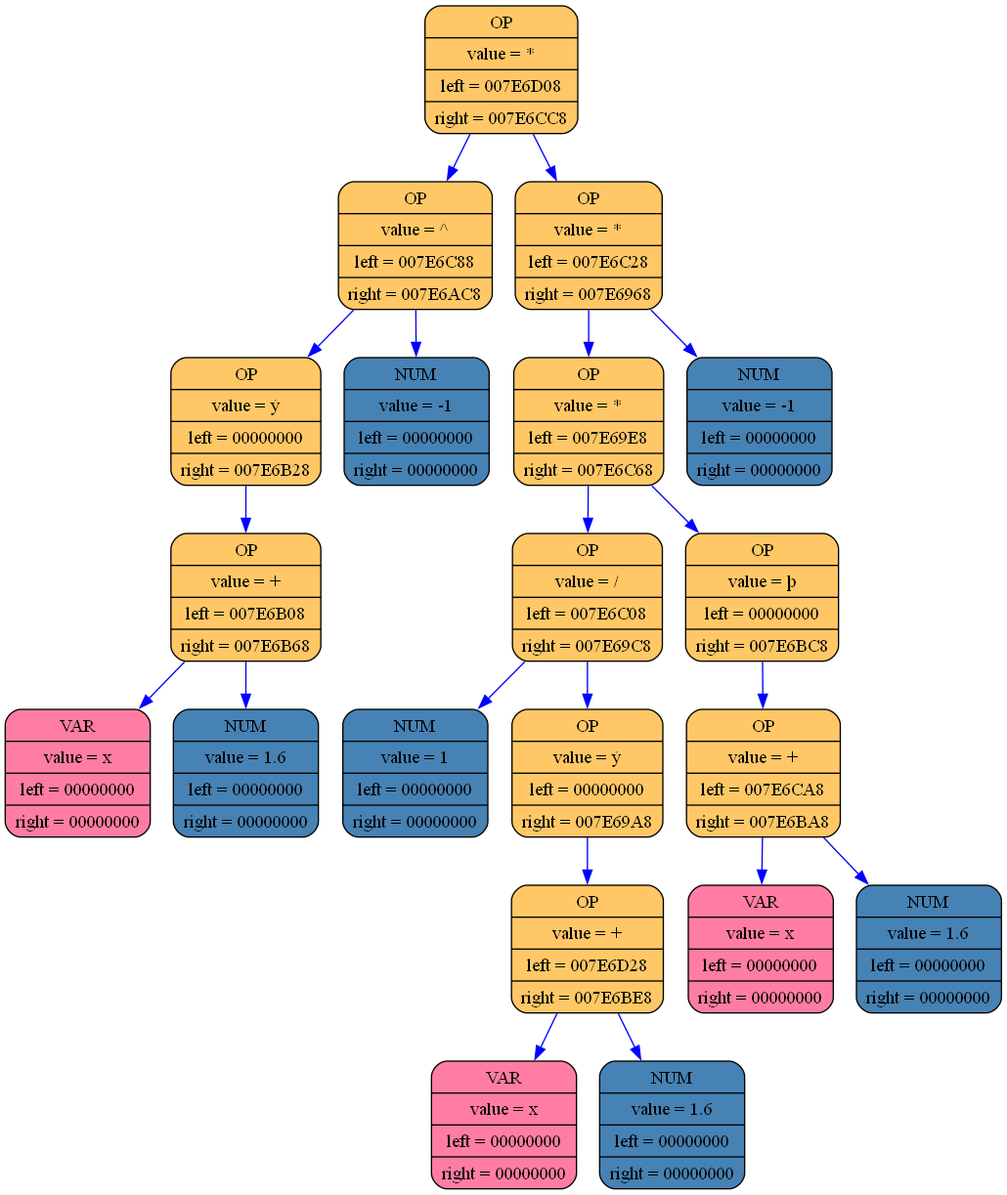
This is log_folder_differenciator/differenciator_graph.png from aywert/DIFFERENCIATOR, a Graphviz export, as it was before one commit. Its source is kept beside it as log_folder_differenciator/differenciator_graph.dot.
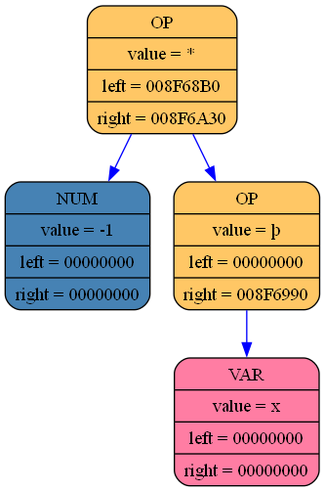
After the commit.

Diff of the diagram source:
```diff
@@ -1,43 +1,11 @@
 digraph list
 {
 rankdir=HR;
-	8287872 [shape = Mrecord; style = filled; fillcolor="#ffc765"; color = "#000000"; fontcolor = "#000000"; label = "{ OP | value = * | left = 007E6D08| right = 007E6CC8}"];
-	8287872 -> 8285456 [color="blue"]
-	8285456 [shape = Mrecord; style = filled; fillcolor="#ffc765"; color = "#000000"; fontcolor = "#000000"; label = "{ OP | value = ^ | left = 007E6C88| right = 007E6AC8}"];
-	8285456 -> 8285328 [color="blue"]
-	8285328 [shape = Mrecord; style = filled; fillcolor="#ffc765"; color = "#000000"; fontcolor = "#000000"; label = "{ OP | value = ý | left = 00000000| right = 007E6B28}"];
-	8285328 -> 8284976 [color="blue"]
-	8284976 [shape = Mrecord; style = filled; fillcolor="#ffc765"; color = "#000000"; fontcolor = "#000000"; label = "{ OP | value = + | left = 007E6B08| right = 007E6B68}"];
-	8284976 -> 8284944 [color="blue"]
-	8284944 [shape = Mrecord; style = filled; fillcolor="#ff7da3"; color = "#000000"; fontcolor = "#000000"; label = "{ VAR | value = x | left = 00000000| right = 00000000}"];
-	8284976 -> 8285040 [color="blue"]
-	8285040 [shape = Mrecord; style = filled; fillcolor="#4682b4"; color = "#000000"; fontcolor = "#000000"; label = "{ NUM | value = 1.6 | left = 00000000| right = 00000000}"];
-	8285456 -> 8284880 [color="blue"]
-	8284880 [shape = Mrecord; style = filled; fillcolor="#4682b4"; color = "#000000"; fontcolor = "#000000"; label = "{ NUM | value = -1 | left = 00000000| right = 00000000}"];
-	8287872 -> 8285392 [color="blue"]
-	8285392 [shape = Mrecord; style = filled; fillcolor="#ffc765"; color = "#000000"; fontcolor = "#000000"; label = "{ OP | value = * | left = 007E6C28| right = 007E6968}"];
-	8285392 -> 8285232 [color="blue"]
-	8285232 [shape = Mrecord; style = filled; fillcolor="#ffc765"; color = "#000000"; fontcolor = "#000000"; label = "{ OP | value = * | left = 007E69E8| right = 007E6C68}"];
-	8285232 -> 8284656 [color="blue"]
-	8284656 [shape = Mrecord; style = filled; fillcolor="#ffc765"; color = "#000000"; fontcolor = "#000000"; label = "{ OP | value = / | left = 007E6C08| right = 007E69C8}"];
-	8284656 -> 8285200 [color="blue"]
-	8285200 [shape = Mrecord; style = filled; fillcolor="#4682b4"; color = "#000000"; fontcolor = "#000000"; label = "{ NUM | value = 1 | left = 00000000| right = 00000000}"];
-	8284656 -> 8284624 [color="blue"]
-	8284624 [shape = Mrecord; style = filled; fillcolor="#ffc765"; color = "#000000"; fontcolor = "#000000"; label = "{ OP | value = ý | left = 00000000| right = 007E69A8}"];
-	8284624 -> 8284592 [color="blue"]
-	8284592 [shape = Mrecord; style = filled; fillcolor="#ffc765"; color = "#000000"; fontcolor = "#000000"; label = "{ OP | value = + | left = 007E6D28| right = 007E6BE8}"];
-	8284592 -> 8285488 [color="blue"]
-	8285488 [shape = Mrecord; style = filled; fillcolor="#ff7da3"; color = "#000000"; fontcolor = "#000000"; label = "{ VAR | value = x | left = 00000000| right = 00000000}"];
-	8284592 -> 8285168 [color="blue"]
-	8285168 [shape = Mrecord; style = filled; fillcolor="#4682b4"; color = "#000000"; fontcolor = "#000000"; label = "{ NUM | value = 1.6 | left = 00000000| right = 00000000}"];
-	8285232 -> 8285296 [color="blue"]
-	8285296 [shape = Mrecord; style = filled; fillcolor="#ffc765"; color = "#000000"; fontcolor = "#000000"; label = "{ OP | value = þ | left = 00000000| right = 007E6BC8}"];
-	8285296 -> 8285136 [color="blue"]
-	8285136 [shape = Mrecord; style = filled; fillcolor="#ffc765"; color = "#000000"; fontcolor = "#000000"; label = "{ OP | value = + | left = 007E6CA8| right = 007E6BA8}"];
-	8285136 -> 8285360 [color="blue"]
-	8285360 [shape = Mrecord; style = filled; fillcolor="#ff7da3"; color = "#000000"; fontcolor = "#000000"; label = "{ VAR | value = x | left = 00000000| right = 00000000}"];
-	8285136 -> 8285104 [color="blue"]
-	8285104 [shape = Mrecord; style = filled; fillcolor="#4682b4"; color = "#000000"; fontcolor = "#000000"; label = "{ NUM | value = 1.6 | left = 00000000| right = 00000000}"];
-	8285392 -> 8284528 [color="blue"]
-	8284528 [shape = Mrecord; style = filled; fillcolor="#4682b4"; color = "#000000"; fontcolor = "#000000"; label = "{ NUM | value = -1 | left = 00000000| right = 00000000}"];
+	9398488 [shape = Mrecord; style = filled; fillcolor="#ffc765"; color = "#000000"; fontcolor = "#000000"; label = "{ OP | value = * | left = 008F68B0| right = 008F6A30}"];
+	9398488 -> 9398456 [color="blue"]
+	9398456 [shape = Mrecord; style = filled; fillcolor="#4682b4"; color = "#000000"; fontcolor = "#000000"; label = "{ NUM | value = -1 | left = 00000000| right = 00000000}"];
+	9398488 -> 9398840 [color="blue"]
+	9398840 [shape = Mrecord; style = filled; fillcolor="#ffc765"; color = "#000000"; fontcolor = "#000000"; label = "{ OP | value = þ | left = 00000000| right = 008F6990}"];
+	9398840 -> 9398680 [color="blue"]
+	9398680 [shape = Mrecord; style = filled; fillcolor="#ff7da3"; color = "#000000"; fontcolor = "#000000"; label = "{ VAR | value = x | left = 00000000| right = 00000000}"];
 	}
```
